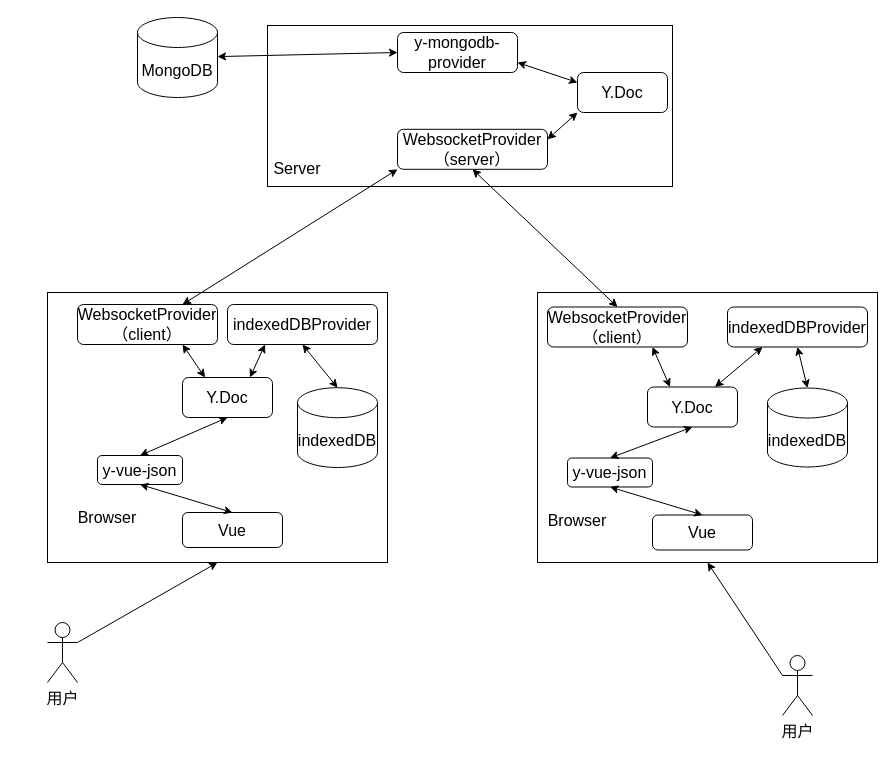
Before: 第四章/协同编辑概要设计.drawio in yuxinyu12345/diagrams, a draw.io diagram. Source tidied: cells renumbered, new cells numbered last; positions are measured from the earlier drawing's top-left corner, leaving out a move shared by most shapes. Both pictures are drawn from the tidied source at 100%, with x=0, y=0 at pixel (47, 17).
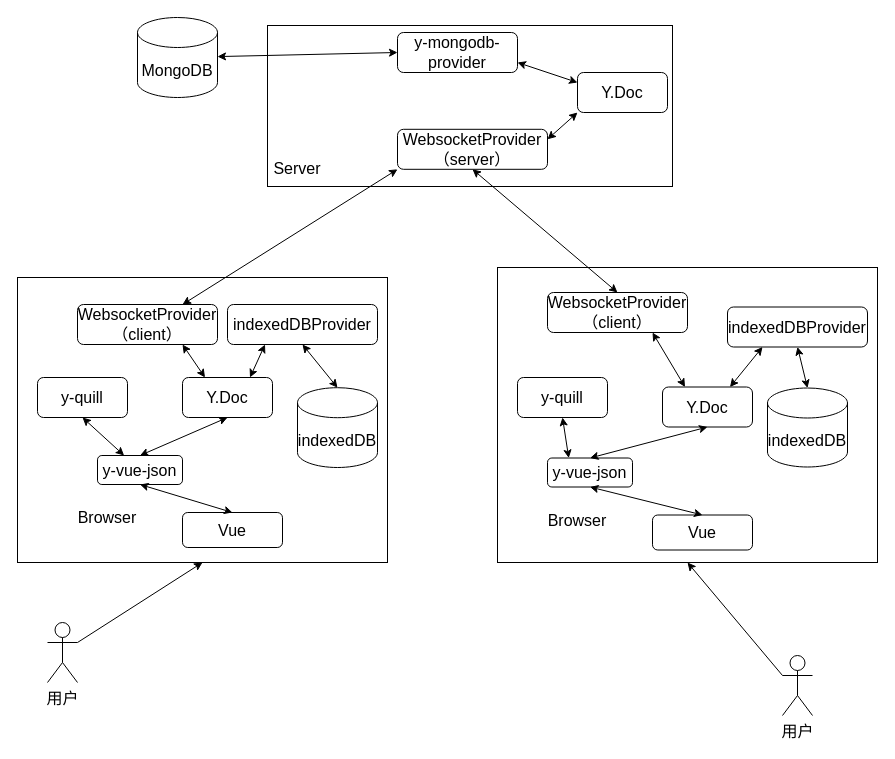
After the change.

Commit message:
更新协同编辑概要设计.drawio

The change refers to these unchanged cells:
```xml
<mxCell id="26" value="y-vue-json" style="rounded=1;whiteSpace=wrap;html=1;fontSize=16;" parent="1" vertex="1">
  <mxGeometry x="50" y="438" width="85" height="29" as="geometry" />
</mxCell>
```

Change to the diagram source:
```diff
@@
     <mxCell id="2" style="rounded=0;whiteSpace=wrap;html=1;fontSize=16;" parent="1" vertex="1">
-      <mxGeometry y="275" width="340" height="270" as="geometry" />
+      <mxGeometry x="-30" y="260" width="370" height="285" as="geometry" />
     </mxCell>
@@
     <mxCell id="21" style="rounded=0;whiteSpace=wrap;html=1;fontSize=16;" parent="1" vertex="1">
-      <mxGeometry x="490" y="275" width="340" height="270" as="geometry" />
+      <mxGeometry x="450" y="250" width="380" height="295" as="geometry" />
     </mxCell>
@@
     <mxCell id="32" value="WebsocketProvider&lt;br style=&quot;font-size: 16px;&quot;&gt;（client）" style="rounded=1;whiteSpace=wrap;html=1;fontSize=16;" parent="1" vertex="1">
-      <mxGeometry x="500" y="289.5" width="140" height="40" as="geometry" />
+      <mxGeometry x="500" y="275" width="140" height="40" as="geometry" />
     </mxCell>
     <mxCell id="33" value="Y.Doc" style="rounded=1;whiteSpace=wrap;html=1;fontSize=16;" parent="1" vertex="1">
-      <mxGeometry x="600" y="369.5" width="90" height="40" as="geometry" />
+      <mxGeometry x="615" y="369.5" width="90" height="40" as="geometry" />
     </mxCell>
@@
     <mxCell id="40" value="y-vue-json" style="rounded=1;whiteSpace=wrap;html=1;fontSize=16;" parent="1" vertex="1">
-      <mxGeometry x="520" y="440.5" width="85" height="29" as="geometry" />
+      <mxGeometry x="500" y="440.5" width="85" height="29" as="geometry" />
     </mxCell>
@@
+    <mxCell id="43" value="y-quill" style="rounded=1;whiteSpace=wrap;html=1;fontSize=16;" parent="1" vertex="1">
+      <mxGeometry x="-10" y="360" width="90" height="40" as="geometry" />
+    </mxCell>
+    <mxCell id="44" style="endArrow=classic;startArrow=classic;html=1;rounded=0;entryX=0.5;entryY=1;entryDx=0;entryDy=0;fontSize=16;" parent="1" edge="1" source="26" target="43">
+      <mxGeometry relative="1" as="geometry" />
+    </mxCell>
+    <mxCell id="45" value="y-quill" style="rounded=1;whiteSpace=wrap;html=1;fontSize=16;" parent="1" vertex="1">
+      <mxGeometry x="470" y="360" width="90" height="40" as="geometry" />
+    </mxCell>
+    <mxCell id="46" style="endArrow=classic;startArrow=classic;html=1;rounded=0;entryX=0.5;entryY=1;entryDx=0;entryDy=0;fontSize=16;exitX=0.25;exitY=0;exitDx=0;exitDy=0;" parent="1" edge="1" source="40" target="45">
+      <mxGeometry relative="1" as="geometry" />
+    </mxCell>
```
